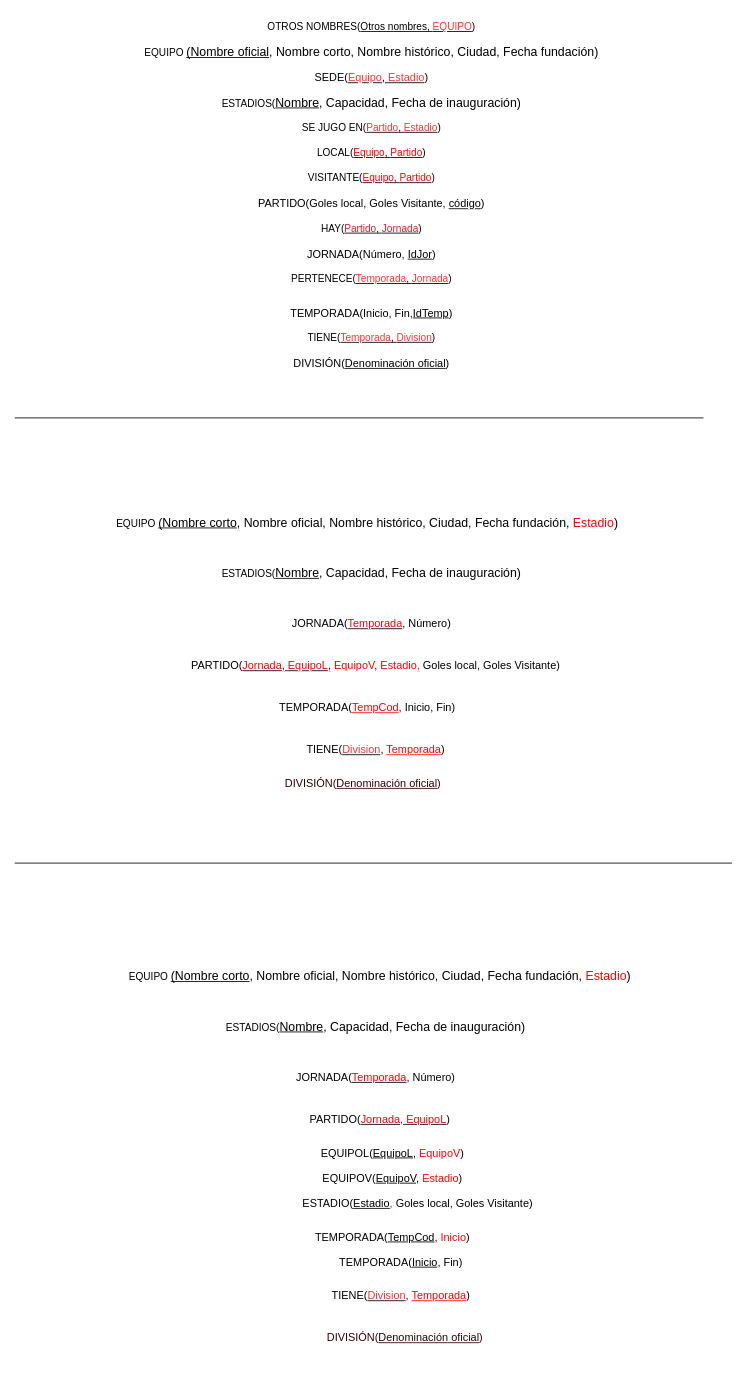
Before: draws/EsquemaRelacional.drawio in Practicass/Practica1_LigaFutbol, a draw.io diagram. Source tidied: cells renumbered, new cells numbered last; positions are measured from the earlier drawing's top-left corner, leaving out a move shared by most shapes. Both pictures are drawn from the tidied source at 84%, with x=0, y=0 at pixel (14, 14).
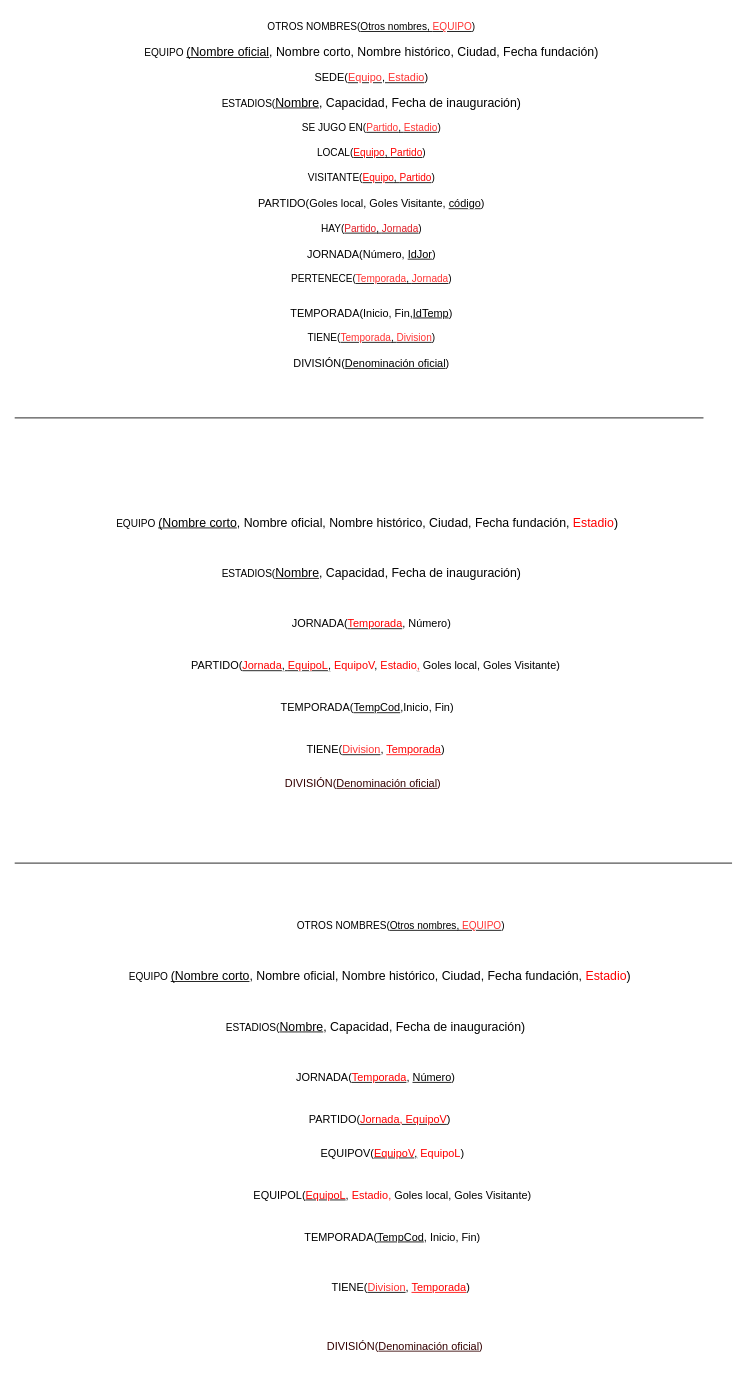
The same diagram, later.

Change to the diagram source:
```diff
@@
-    <mxCell id="21" value="&lt;p id=&quot;docs-internal-guid-06d0baa3-7fff-bc2a-16c3-9cde62015013&quot; style=&quot;line-height: 1.38; margin-top: 0pt; margin-bottom: 0pt; font-size: 13px;&quot; dir=&quot;ltr&quot;&gt;TEMPORADA(&lt;font color=&quot;#ff0000&quot;&gt;&lt;u&gt;TempCod&lt;/u&gt;&lt;/font&gt;,&amp;nbsp;&lt;span style=&quot;font-family: Arial; color: rgb(0, 0, 0); background-color: transparent; font-style: normal; font-variant: normal; text-decoration-skip-ink: none; vertical-align: baseline;&quot;&gt;Inicio&lt;/span&gt;&lt;span style=&quot;font-family: Arial; color: rgb(0, 0, 0); background-color: transparent; font-style: normal; font-variant: normal; text-decoration: none; vertical-align: baseline;&quot;&gt;, Fin)&lt;/span&gt;&lt;/p&gt;&lt;p id=&quot;docs-internal-guid-d062ec6a-7fff-5ad4-b682-37d9f37c2bd6&quot; style=&quot;line-height:1.38;margin-top:0pt;margin-bottom:0pt;&quot; dir=&quot;ltr&quot;&gt;&lt;/p&gt;&lt;p id=&quot;docs-internal-guid-b29137fc-7fff-e210-7a7c-c94be5e26367&quot; style=&quot;line-height:1.38;margin-top:0pt;margin-bottom:0pt;&quot; dir=&quot;ltr&quot;&gt;&lt;/p&gt;&lt;p id=&quot;docs-internal-guid-ae7be185-7fff-9508-fb25-8bbcf56c84a8&quot; style=&quot;line-height:1.38;margin-top:0pt;margin-bottom:0pt;&quot; dir=&quot;ltr&quot;&gt;&lt;/p&gt;" style="text;html=1;strokeColor=none;fillColor=none;align=center;verticalAlign=middle;whiteSpace=wrap;rounded=0;" parent="1" vertex="1">
+    <mxCell id="21" value="&lt;p id=&quot;docs-internal-guid-06d0baa3-7fff-bc2a-16c3-9cde62015013&quot; style=&quot;line-height: 1.38; margin-top: 0pt; margin-bottom: 0pt; font-size: 13px;&quot; dir=&quot;ltr&quot;&gt;TEMPORADA(&lt;u&gt;TempCod&lt;/u&gt;,&lt;span style=&quot;font-family: Arial; color: rgb(0, 0, 0); background-color: transparent; font-style: normal; font-variant: normal; text-decoration-skip-ink: none; vertical-align: baseline;&quot;&gt;Inicio&lt;/span&gt;&lt;span style=&quot;font-family: Arial; color: rgb(0, 0, 0); background-color: transparent; font-style: normal; font-variant: normal; text-decoration: none; vertical-align: baseline;&quot;&gt;, Fin)&lt;/span&gt;&lt;/p&gt;&lt;p id=&quot;docs-internal-guid-d062ec6a-7fff-5ad4-b682-37d9f37c2bd6&quot; style=&quot;line-height:1.38;margin-top:0pt;margin-bottom:0pt;&quot; dir=&quot;ltr&quot;&gt;&lt;/p&gt;&lt;p id=&quot;docs-internal-guid-b29137fc-7fff-e210-7a7c-c94be5e26367&quot; style=&quot;line-height:1.38;margin-top:0pt;margin-bottom:0pt;&quot; dir=&quot;ltr&quot;&gt;&lt;/p&gt;&lt;p id=&quot;docs-internal-guid-ae7be185-7fff-9508-fb25-8bbcf56c84a8&quot; style=&quot;line-height:1.38;margin-top:0pt;margin-bottom:0pt;&quot; dir=&quot;ltr&quot;&gt;&lt;/p&gt;" style="text;html=1;strokeColor=none;fillColor=none;align=center;verticalAlign=middle;whiteSpace=wrap;rounded=0;" parent="1" vertex="1">
       <mxGeometry x="50" y="810" width="740" height="30" as="geometry" />
     </mxCell>
@@
-    <mxCell id="25" value="&lt;p id=&quot;docs-internal-guid-b29137fc-7fff-e210-7a7c-c94be5e26367&quot; style=&quot;line-height: 1.38; margin-top: 0pt; margin-bottom: 0pt; font-size: 13px;&quot; dir=&quot;ltr&quot;&gt;&lt;font style=&quot;font-size: 13px;&quot;&gt;PARTIDO(&lt;u&gt;&lt;font color=&quot;#FF0000&quot;&gt;Jornada, EquipoL&lt;/font&gt;&lt;/u&gt;&lt;/font&gt;&lt;font style=&quot;font-size: 13px;&quot;&gt;)&lt;/font&gt;&lt;/p&gt;&lt;p id=&quot;docs-internal-guid-ae7be185-7fff-9508-fb25-8bbcf56c84a8&quot; style=&quot;line-height: 1.38; margin-top: 0pt; margin-bottom: 0pt; font-size: 13px;&quot; dir=&quot;ltr&quot;&gt;&lt;/p&gt;" style="text;html=1;strokeColor=none;fillColor=none;align=center;verticalAlign=middle;whiteSpace=wrap;rounded=0;" parent="1" vertex="1">
+    <mxCell id="25" value="&lt;p id=&quot;docs-internal-guid-b29137fc-7fff-e210-7a7c-c94be5e26367&quot; style=&quot;line-height: 1.38; margin-top: 0pt; margin-bottom: 0pt; font-size: 13px;&quot; dir=&quot;ltr&quot;&gt;&lt;font style=&quot;font-size: 13px;&quot;&gt;PARTIDO(&lt;u&gt;&lt;font color=&quot;#FF0000&quot;&gt;Jornada, EquipoV&lt;/font&gt;&lt;/u&gt;&lt;/font&gt;&lt;font style=&quot;font-size: 13px;&quot;&gt;)&lt;/font&gt;&lt;/p&gt;&lt;p id=&quot;docs-internal-guid-ae7be185-7fff-9508-fb25-8bbcf56c84a8&quot; style=&quot;line-height: 1.38; margin-top: 0pt; margin-bottom: 0pt; font-size: 13px;&quot; dir=&quot;ltr&quot;&gt;&lt;/p&gt;" style="text;html=1;strokeColor=none;fillColor=none;align=center;verticalAlign=middle;whiteSpace=wrap;rounded=0;" parent="1" vertex="1">
       <mxGeometry x="65" y="1300" width="740" height="30" as="geometry" />
     </mxCell>
@@
-    <mxCell id="27" value="&lt;p id=&quot;docs-internal-guid-d062ec6a-7fff-5ad4-b682-37d9f37c2bd6&quot; style=&quot;line-height: 1.38; margin-top: 0pt; margin-bottom: 0pt; font-size: 13px;&quot; dir=&quot;ltr&quot;&gt;JORNADA(&lt;u&gt;&lt;font color=&quot;#FF0000&quot;&gt;Temporada&lt;/font&gt;&lt;/u&gt;, Número)&lt;/p&gt;&lt;p id=&quot;docs-internal-guid-b29137fc-7fff-e210-7a7c-c94be5e26367&quot; style=&quot;line-height:1.38;margin-top:0pt;margin-bottom:0pt;&quot; dir=&quot;ltr&quot;&gt;&lt;/p&gt;&lt;p id=&quot;docs-internal-guid-ae7be185-7fff-9508-fb25-8bbcf56c84a8&quot; style=&quot;line-height:1.38;margin-top:0pt;margin-bottom:0pt;&quot; dir=&quot;ltr&quot;&gt;&lt;/p&gt;" style="text;html=1;strokeColor=none;fillColor=none;align=center;verticalAlign=middle;whiteSpace=wrap;rounded=0;" parent="1" vertex="1">
+    <mxCell id="27" value="&lt;p id=&quot;docs-internal-guid-d062ec6a-7fff-5ad4-b682-37d9f37c2bd6&quot; style=&quot;line-height: 1.38; margin-top: 0pt; margin-bottom: 0pt; font-size: 13px;&quot; dir=&quot;ltr&quot;&gt;JORNADA(&lt;u&gt;&lt;font color=&quot;#FF0000&quot;&gt;Temporada&lt;/font&gt;&lt;/u&gt;, &lt;u&gt;Número&lt;/u&gt;)&lt;/p&gt;&lt;p id=&quot;docs-internal-guid-b29137fc-7fff-e210-7a7c-c94be5e26367&quot; style=&quot;line-height:1.38;margin-top:0pt;margin-bottom:0pt;&quot; dir=&quot;ltr&quot;&gt;&lt;/p&gt;&lt;p id=&quot;docs-internal-guid-ae7be185-7fff-9508-fb25-8bbcf56c84a8&quot; style=&quot;line-height:1.38;margin-top:0pt;margin-bottom:0pt;&quot; dir=&quot;ltr&quot;&gt;&lt;/p&gt;" style="text;html=1;strokeColor=none;fillColor=none;align=center;verticalAlign=middle;whiteSpace=wrap;rounded=0;" parent="1" vertex="1">
       <mxGeometry x="60" y="1250" width="740" height="30" as="geometry" />
     </mxCell>
-    <mxCell id="28" value="&lt;p id=&quot;docs-internal-guid-06d0baa3-7fff-bc2a-16c3-9cde62015013&quot; style=&quot;line-height: 1.38; margin-top: 0pt; margin-bottom: 0pt; font-size: 13px;&quot; dir=&quot;ltr&quot;&gt;TEMPORADA(&lt;u style=&quot;&quot;&gt;TempCod&lt;/u&gt;,&amp;nbsp;&lt;span style=&quot;font-family: Arial; background-color: transparent; font-style: normal; font-variant: normal; text-decoration-skip-ink: none; vertical-align: baseline;&quot;&gt;&lt;font color=&quot;#ff0000&quot;&gt;Inicio&lt;/font&gt;&lt;/span&gt;&lt;span style=&quot;font-family: Arial; color: rgb(0, 0, 0); background-color: transparent; font-style: normal; font-variant: normal; text-decoration: none; vertical-align: baseline;&quot;&gt;)&lt;/span&gt;&lt;/p&gt;&lt;p id=&quot;docs-internal-guid-d062ec6a-7fff-5ad4-b682-37d9f37c2bd6&quot; style=&quot;line-height:1.38;margin-top:0pt;margin-bottom:0pt;&quot; dir=&quot;ltr&quot;&gt;&lt;/p&gt;&lt;p id=&quot;docs-internal-guid-b29137fc-7fff-e210-7a7c-c94be5e26367&quot; style=&quot;line-height:1.38;margin-top:0pt;margin-bottom:0pt;&quot; dir=&quot;ltr&quot;&gt;&lt;/p&gt;&lt;p id=&quot;docs-internal-guid-ae7be185-7fff-9508-fb25-8bbcf56c84a8&quot; style=&quot;line-height:1.38;margin-top:0pt;margin-bottom:0pt;&quot; dir=&quot;ltr&quot;&gt;&lt;/p&gt;" style="text;html=1;strokeColor=none;fillColor=none;align=center;verticalAlign=middle;whiteSpace=wrap;rounded=0;" parent="1" vertex="1">
+    <mxCell id="28" value="&lt;p id=&quot;docs-internal-guid-06d0baa3-7fff-bc2a-16c3-9cde62015013&quot; style=&quot;line-height: 1.38; margin-top: 0pt; margin-bottom: 0pt; font-size: 13px;&quot; dir=&quot;ltr&quot;&gt;TEMPORADA(&lt;u style=&quot;&quot;&gt;TempCod&lt;/u&gt;, Inicio, Fin&lt;span style=&quot;font-family: Arial; color: rgb(0, 0, 0); background-color: transparent; font-style: normal; font-variant: normal; text-decoration: none; vertical-align: baseline;&quot;&gt;)&lt;/span&gt;&lt;/p&gt;&lt;p id=&quot;docs-internal-guid-d062ec6a-7fff-5ad4-b682-37d9f37c2bd6&quot; style=&quot;line-height:1.38;margin-top:0pt;margin-bottom:0pt;&quot; dir=&quot;ltr&quot;&gt;&lt;/p&gt;&lt;p id=&quot;docs-internal-guid-b29137fc-7fff-e210-7a7c-c94be5e26367&quot; style=&quot;line-height:1.38;margin-top:0pt;margin-bottom:0pt;&quot; dir=&quot;ltr&quot;&gt;&lt;/p&gt;&lt;p id=&quot;docs-internal-guid-ae7be185-7fff-9508-fb25-8bbcf56c84a8&quot; style=&quot;line-height:1.38;margin-top:0pt;margin-bottom:0pt;&quot; dir=&quot;ltr&quot;&gt;&lt;/p&gt;" style="text;html=1;strokeColor=none;fillColor=none;align=center;verticalAlign=middle;whiteSpace=wrap;rounded=0;" parent="1" vertex="1">
       <mxGeometry x="80" y="1440" width="740" height="30" as="geometry" />
     </mxCell>
     <mxCell id="29" value="&lt;p id=&quot;docs-internal-guid-3562eadd-7fff-00f9-283a-577bf8721a5b&quot; style=&quot;line-height: 1.38; margin-top: 0pt; margin-bottom: 0pt; font-size: 13px;&quot; dir=&quot;ltr&quot;&gt;&lt;font style=&quot;font-size: 13px;&quot; color=&quot;#330000&quot;&gt;DIVISIÓN(&lt;u&gt;Denominación oficial&lt;/u&gt;)&lt;/font&gt;&lt;/p&gt;" style="text;whiteSpace=wrap;html=1;fontColor=#FF3333;" parent="1" vertex="1">
-      <mxGeometry x="370" y="1560" width="220" height="40" as="geometry" />
+      <mxGeometry x="370" y="1570" width="220" height="40" as="geometry" />
     </mxCell>
     <mxCell id="30" value="&lt;p id=&quot;docs-internal-guid-06d0baa3-7fff-bc2a-16c3-9cde62015013&quot; style=&quot;line-height: 1.38; margin-top: 0pt; margin-bottom: 0pt; font-size: 13px;&quot; dir=&quot;ltr&quot;&gt;TIENE(&lt;u&gt;&lt;font color=&quot;#FF3333&quot;&gt;Division&lt;/font&gt;&lt;/u&gt;, &lt;font color=&quot;#ff0000&quot;&gt;&lt;u&gt;Temporada&lt;/u&gt;&lt;/font&gt;&lt;span style=&quot;font-family: Arial; color: rgb(0, 0, 0); background-color: transparent; font-style: normal; font-variant: normal; text-decoration: none; vertical-align: baseline;&quot;&gt;)&lt;/span&gt;&lt;/p&gt;&lt;p id=&quot;docs-internal-guid-d062ec6a-7fff-5ad4-b682-37d9f37c2bd6&quot; style=&quot;line-height:1.38;margin-top:0pt;margin-bottom:0pt;&quot; dir=&quot;ltr&quot;&gt;&lt;/p&gt;&lt;p id=&quot;docs-internal-guid-b29137fc-7fff-e210-7a7c-c94be5e26367&quot; style=&quot;line-height:1.38;margin-top:0pt;margin-bottom:0pt;&quot; dir=&quot;ltr&quot;&gt;&lt;/p&gt;&lt;p id=&quot;docs-internal-guid-ae7be185-7fff-9508-fb25-8bbcf56c84a8&quot; style=&quot;line-height:1.38;margin-top:0pt;margin-bottom:0pt;&quot; dir=&quot;ltr&quot;&gt;&lt;/p&gt;" style="text;html=1;strokeColor=none;fillColor=none;align=center;verticalAlign=middle;whiteSpace=wrap;rounded=0;" parent="1" vertex="1">
-      <mxGeometry x="90" y="1510" width="740" height="30" as="geometry" />
+      <mxGeometry x="90" y="1500" width="740" height="30" as="geometry" />
     </mxCell>
@@
-    <mxCell id="32" value="&lt;p id=&quot;docs-internal-guid-b29137fc-7fff-e210-7a7c-c94be5e26367&quot; style=&quot;line-height: 1.38; margin-top: 0pt; margin-bottom: 0pt; font-size: 13px;&quot; dir=&quot;ltr&quot;&gt;&lt;font style=&quot;font-size: 13px;&quot;&gt;EQUIPOL(&lt;u&gt;EquipoL,&lt;/u&gt;&lt;font color=&quot;#FF0000&quot;&gt; EquipoV&lt;/font&gt;&lt;/font&gt;&lt;font style=&quot;font-size: 13px;&quot;&gt;)&lt;/font&gt;&lt;/p&gt;&lt;p id=&quot;docs-internal-guid-ae7be185-7fff-9508-fb25-8bbcf56c84a8&quot; style=&quot;line-height: 1.38; margin-top: 0pt; margin-bottom: 0pt; font-size: 13px;&quot; dir=&quot;ltr&quot;&gt;&lt;/p&gt;" style="text;html=1;strokeColor=none;fillColor=none;align=center;verticalAlign=middle;whiteSpace=wrap;rounded=0;" parent="1" vertex="1">
+    <mxCell id="32" value="&lt;p id=&quot;docs-internal-guid-b29137fc-7fff-e210-7a7c-c94be5e26367&quot; style=&quot;line-height: 1.38; margin-top: 0pt; margin-bottom: 0pt; font-size: 13px;&quot; dir=&quot;ltr&quot;&gt;&lt;font style=&quot;font-size: 13px;&quot;&gt;EQUIPOV(&lt;u&gt;&lt;font color=&quot;#ff0000&quot;&gt;EquipoV&lt;/font&gt;,&lt;/u&gt;&lt;font color=&quot;#FF0000&quot;&gt; EquipoL&lt;/font&gt;&lt;/font&gt;&lt;font style=&quot;font-size: 13px;&quot;&gt;)&lt;/font&gt;&lt;/p&gt;&lt;p id=&quot;docs-internal-guid-ae7be185-7fff-9508-fb25-8bbcf56c84a8&quot; style=&quot;line-height: 1.38; margin-top: 0pt; margin-bottom: 0pt; font-size: 13px;&quot; dir=&quot;ltr&quot;&gt;&lt;/p&gt;" style="text;html=1;strokeColor=none;fillColor=none;align=center;verticalAlign=middle;whiteSpace=wrap;rounded=0;" parent="1" vertex="1">
       <mxGeometry x="80" y="1340" width="740" height="30" as="geometry" />
     </mxCell>
-    <mxCell id="33" value="&lt;p id=&quot;docs-internal-guid-b29137fc-7fff-e210-7a7c-c94be5e26367&quot; style=&quot;line-height: 1.38; margin-top: 0pt; margin-bottom: 0pt; font-size: 13px;&quot; dir=&quot;ltr&quot;&gt;&lt;font style=&quot;font-size: 13px;&quot;&gt;EQUIPOV(&lt;u style=&quot;&quot;&gt;EquipoV&lt;/u&gt;&lt;/font&gt;&lt;font style=&quot;font-size: 13px;&quot;&gt;, &lt;/font&gt;&lt;font style=&quot;font-size: 13px;&quot;&gt;&lt;font color=&quot;#FF0000&quot;&gt;Estadio&lt;/font&gt;&lt;/font&gt;&lt;font style=&quot;font-size: 13px;&quot;&gt;)&lt;/font&gt;&lt;/p&gt;&lt;p id=&quot;docs-internal-guid-ae7be185-7fff-9508-fb25-8bbcf56c84a8&quot; style=&quot;line-height: 1.38; margin-top: 0pt; margin-bottom: 0pt; font-size: 13px;&quot; dir=&quot;ltr&quot;&gt;&lt;/p&gt;" style="text;html=1;strokeColor=none;fillColor=none;align=center;verticalAlign=middle;whiteSpace=wrap;rounded=0;" parent="1" vertex="1">
-      <mxGeometry x="80" y="1370" width="740" height="30" as="geometry" />
+    <mxCell id="33" value="&lt;p id=&quot;docs-internal-guid-b29137fc-7fff-e210-7a7c-c94be5e26367&quot; style=&quot;line-height: 1.38; margin-top: 0pt; margin-bottom: 0pt; font-size: 13px;&quot; dir=&quot;ltr&quot;&gt;&lt;font style=&quot;font-size: 13px;&quot;&gt;EQUIPOL(&lt;u style=&quot;&quot;&gt;&lt;font color=&quot;#ff0000&quot;&gt;EquipoL&lt;/font&gt;&lt;/u&gt;&lt;/font&gt;&lt;font style=&quot;font-size: 13px;&quot;&gt;, &lt;/font&gt;&lt;font style=&quot;font-size: 13px;&quot;&gt;&lt;font color=&quot;#ff0000&quot;&gt;Estadio&lt;/font&gt;&lt;font color=&quot;#FF0000&quot;&gt;, &lt;/font&gt;Goles local, Goles Visitante&lt;/font&gt;&lt;font style=&quot;font-size: 13px;&quot;&gt;)&lt;/font&gt;&lt;/p&gt;&lt;p id=&quot;docs-internal-guid-ae7be185-7fff-9508-fb25-8bbcf56c84a8&quot; style=&quot;line-height: 1.38; margin-top: 0pt; margin-bottom: 0pt; font-size: 13px;&quot; dir=&quot;ltr&quot;&gt;&lt;/p&gt;" style="text;html=1;strokeColor=none;fillColor=none;align=center;verticalAlign=middle;whiteSpace=wrap;rounded=0;" parent="1" vertex="1">
+      <mxGeometry x="80" y="1390" width="740" height="30" as="geometry" />
     </mxCell>
-    <mxCell id="34" value="&lt;p id=&quot;docs-internal-guid-b29137fc-7fff-e210-7a7c-c94be5e26367&quot; style=&quot;line-height: 1.38; margin-top: 0pt; margin-bottom: 0pt; font-size: 13px;&quot; dir=&quot;ltr&quot;&gt;&lt;font style=&quot;font-size: 13px;&quot;&gt;ESTADIO(&lt;/font&gt;&lt;font style=&quot;font-size: 13px;&quot;&gt;&lt;u style=&quot;&quot;&gt;Estadio&lt;/u&gt;&lt;u&gt;&lt;font color=&quot;#FF0000&quot;&gt;,&lt;/font&gt;&lt;/u&gt;&lt;font color=&quot;#FF0000&quot;&gt; &lt;/font&gt;&lt;/font&gt;&lt;font style=&quot;font-size: 13px;&quot;&gt;Goles local, Goles Visitante)&lt;/font&gt;&lt;/p&gt;&lt;p id=&quot;docs-internal-guid-ae7be185-7fff-9508-fb25-8bbcf56c84a8&quot; style=&quot;line-height: 1.38; margin-top: 0pt; margin-bottom: 0pt; font-size: 13px;&quot; dir=&quot;ltr&quot;&gt;&lt;/p&gt;" style="text;html=1;strokeColor=none;fillColor=none;align=center;verticalAlign=middle;whiteSpace=wrap;rounded=0;" parent="1" vertex="1">
-      <mxGeometry x="110" y="1400" width="740" height="30" as="geometry" />
-    </mxCell>
-    <mxCell id="35" value="&lt;p id=&quot;docs-internal-guid-06d0baa3-7fff-bc2a-16c3-9cde62015013&quot; style=&quot;line-height: 1.38; margin-top: 0pt; margin-bottom: 0pt; font-size: 13px;&quot; dir=&quot;ltr&quot;&gt;TEMPORADA(&lt;span style=&quot;font-family: Arial; color: rgb(0, 0, 0); background-color: transparent; font-style: normal; font-variant: normal; text-decoration-skip-ink: none; vertical-align: baseline;&quot;&gt;&lt;u&gt;Inicio&lt;/u&gt;&lt;/span&gt;&lt;span style=&quot;font-family: Arial; color: rgb(0, 0, 0); background-color: transparent; font-style: normal; font-variant: normal; text-decoration: none; vertical-align: baseline;&quot;&gt;, Fin)&lt;/span&gt;&lt;/p&gt;&lt;p id=&quot;docs-internal-guid-d062ec6a-7fff-5ad4-b682-37d9f37c2bd6&quot; style=&quot;line-height:1.38;margin-top:0pt;margin-bottom:0pt;&quot; dir=&quot;ltr&quot;&gt;&lt;/p&gt;&lt;p id=&quot;docs-internal-guid-b29137fc-7fff-e210-7a7c-c94be5e26367&quot; style=&quot;line-height:1.38;margin-top:0pt;margin-bottom:0pt;&quot; dir=&quot;ltr&quot;&gt;&lt;/p&gt;&lt;p id=&quot;docs-internal-guid-ae7be185-7fff-9508-fb25-8bbcf56c84a8&quot; style=&quot;line-height:1.38;margin-top:0pt;margin-bottom:0pt;&quot; dir=&quot;ltr&quot;&gt;&lt;/p&gt;" style="text;html=1;strokeColor=none;fillColor=none;align=center;verticalAlign=middle;whiteSpace=wrap;rounded=0;" parent="1" vertex="1">
-      <mxGeometry x="90" y="1470" width="740" height="30" as="geometry" />
-    </mxCell>
+    <mxCell id="36" value="OTROS NOMBRES(&lt;u&gt;Otros nombres, &lt;font color=&quot;#FF3333&quot;&gt;EQUIPO&lt;/font&gt;&lt;/u&gt;)" style="text;html=1;strokeColor=none;fillColor=none;align=center;verticalAlign=middle;whiteSpace=wrap;rounded=0;" parent="1" vertex="1">
+      <mxGeometry x="90" y="1070" width="740" height="30" as="geometry" />
+    </mxCell>
```
